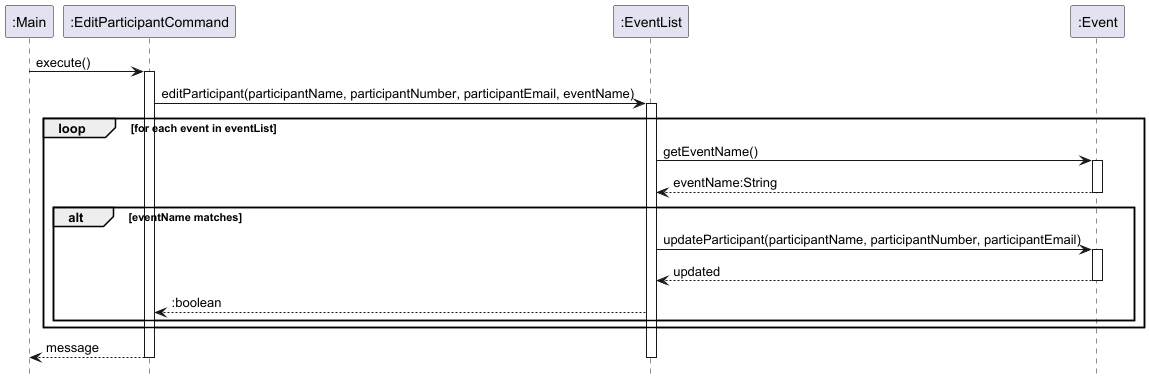
nus-cs2113-AY2425S1/tp keeps this PlantUML diagram as docs/images/EditParticipantCommandSequenceDiagram.png. Above is the earlier version.
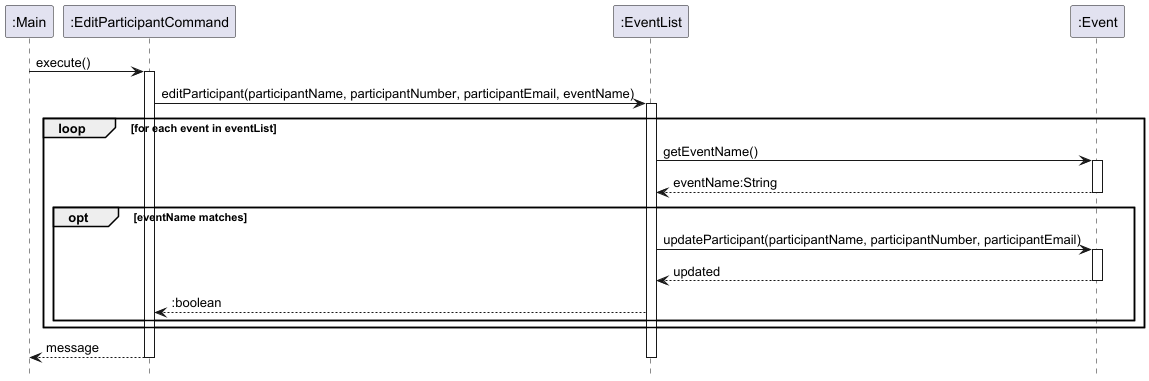
The same file after the commit.

Change to the diagram source:
```diff
@@ -18,7 +18,7 @@
      event --> eventList : eventName:String
      deactivate event
 
-     alt eventName matches
+     opt eventName matches
          eventList -> event : updateParticipant(participantName, participantNumber, participantEmail)
          activate event
          event --> eventList : updated
```
